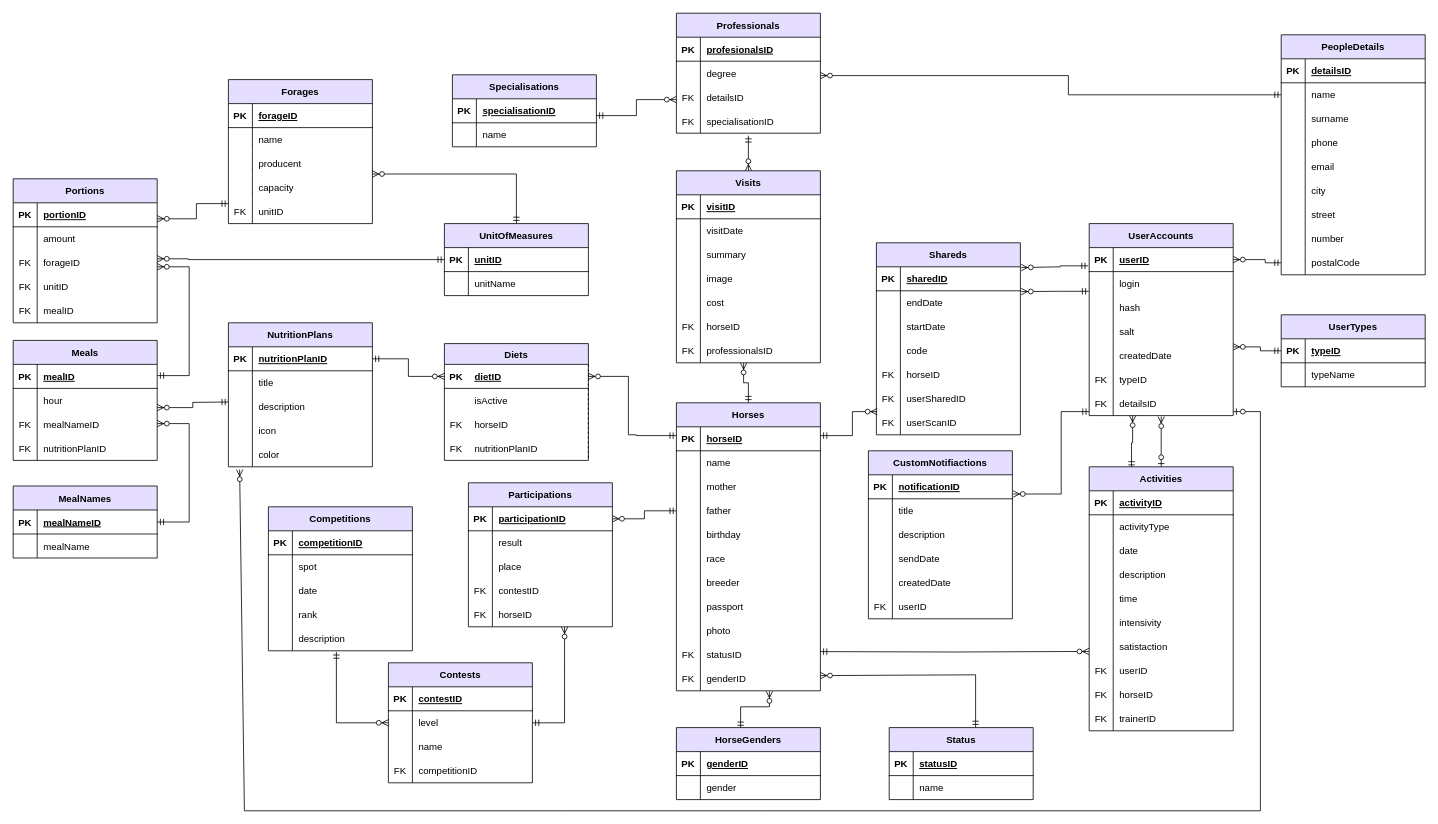
NSzymczak/HorseTracking keeps this draw.io diagram as Diagrams/Diagram logiczny.drawio. Above is the earlier version. Source tidied: cells renumbered, new cells numbered last; positions are measured from the earlier drawing's top-left corner, leaving out a move shared by most shapes. Both pictures are drawn from the tidied source at 80%, with x=0, y=0 at pixel (13, 13).
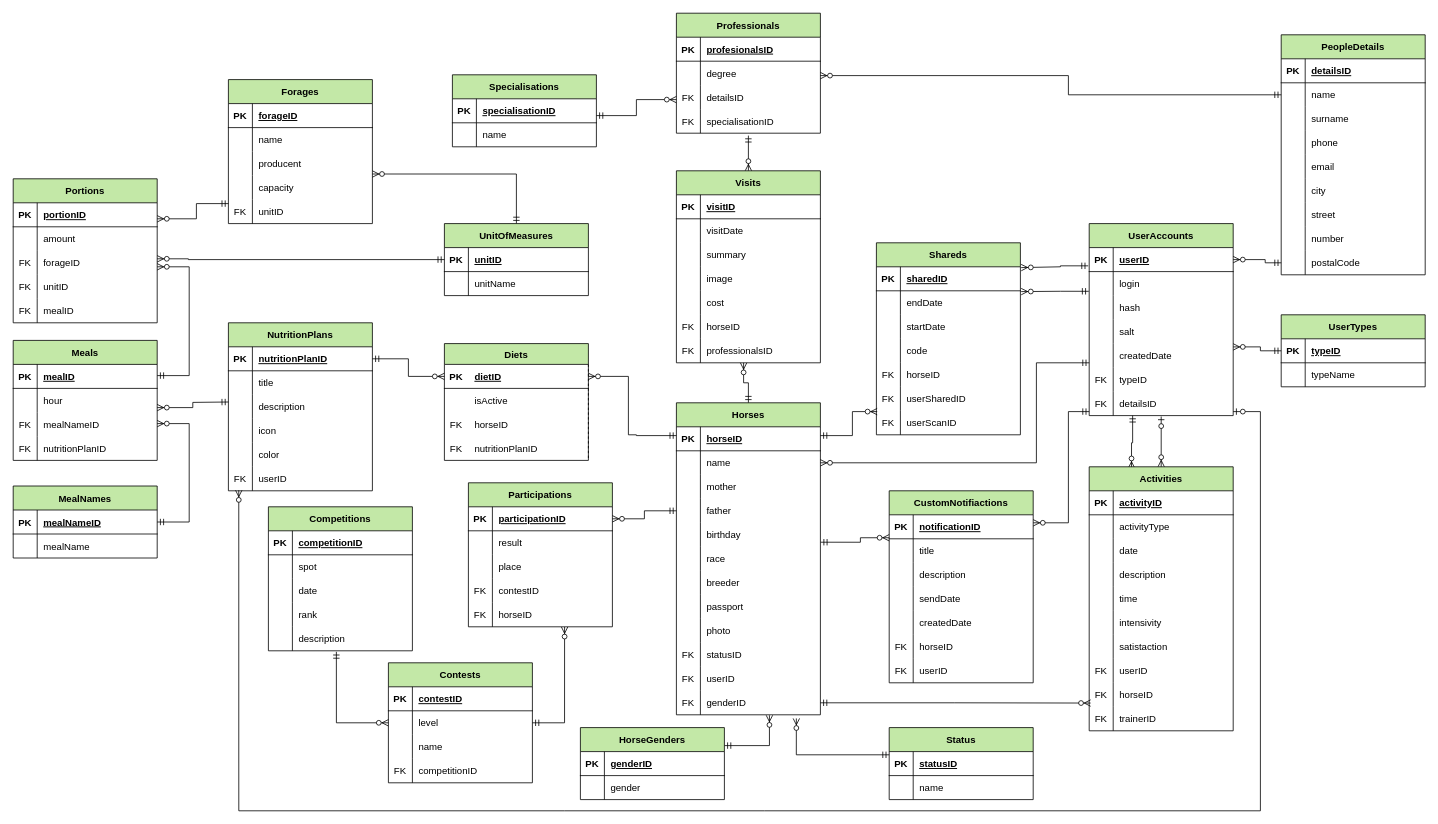
Above is the later version.

Unchanged cells that the change refers to:
```xml
<mxCell id="155" style="shape=tableRow;horizontal=0;startSize=0;swimlaneHead=0;swimlaneBody=0;fillColor=none;points=[[0,0.5],[1,0.5]];portConstraint=eastwest;top=0;left=0;right=0;bottom=0;" parent="136" vertex="1">
  <mxGeometry y="210" width="180" height="30" as="geometry" />
</mxCell>
<mxCell id="205" style="shape=tableRow;horizontal=0;startSize=0;swimlaneHead=0;swimlaneBody=0;fillColor=none;points=[[0,0.5],[1,0.5]];portConstraint=eastwest;top=0;left=0;right=0;bottom=0;" parent="180" vertex="1">
  <mxGeometry y="270" width="180" height="30" as="geometry" />
</mxCell>
<mxCell id="212" style="shape=tableRow;horizontal=0;startSize=0;swimlaneHead=0;swimlaneBody=0;fillColor=none;points=[[0,0.5],[1,0.5]];portConstraint=eastwest;top=0;left=0;right=0;bottom=1;" parent="211" vertex="1">
  <mxGeometry y="30" width="180" height="30" as="geometry" />
</mxCell>
<mxCell id="215" style="shape=tableRow;horizontal=0;startSize=0;swimlaneHead=0;swimlaneBody=0;fillColor=none;points=[[0,0.5],[1,0.5]];portConstraint=eastwest;top=0;left=0;right=0;bottom=0;" parent="211" vertex="1">
  <mxGeometry y="60" width="180" height="30" as="geometry" />
</mxCell>
<mxCell id="322" style="shape=tableRow;horizontal=0;startSize=0;swimlaneHead=0;swimlaneBody=0;fillColor=none;points=[[0,0.5],[1,0.5]];portConstraint=eastwest;top=0;left=0;right=0;bottom=0;" parent="309" vertex="1">
  <mxGeometry y="150" width="180" height="30" as="geometry" />
</mxCell>
<mxCell id="351" style="shape=tableRow;horizontal=0;startSize=0;swimlaneHead=0;swimlaneBody=0;fillColor=none;points=[[0,0.5],[1,0.5]];portConstraint=eastwest;top=0;left=0;right=0;bottom=0;" parent="347" vertex="1">
  <mxGeometry y="60" width="180" height="30" as="geometry" />
</mxCell>
<mxCell id="360" style="shape=tableRow;horizontal=0;startSize=0;swimlaneHead=0;swimlaneBody=0;fillColor=none;points=[[0,0.5],[1,0.5]];portConstraint=eastwest;top=0;left=0;right=0;bottom=0;" parent="347" vertex="1">
  <mxGeometry y="150" width="180" height="30" as="geometry" />
</mxCell>
```

What changed in the source:
```diff
@@
-    <mxCell id="2" value="Diets" style="swimlane;fontStyle=1;align=center;verticalAlign=top;horizontal=1;startSize=26;rounded=0;shadow=0;strokeWidth=1;separatorColor=#000000;separatorStrokeWidth=1;swimlaneFillColor=#FFFFFF;fillColor=#E6DEFF;" parent="1" vertex="1">
+    <mxCell id="2" value="Diets" style="swimlane;fontStyle=1;align=center;verticalAlign=top;horizontal=1;startSize=26;rounded=0;shadow=0;strokeWidth=1;separatorColor=#000000;separatorStrokeWidth=1;swimlaneFillColor=#FFFFFF;fillColor=#C3E8A7;" parent="1" vertex="1">
       <mxGeometry x="539" y="413" width="180" height="146" as="geometry" />
     </mxCell>
@@
-    <mxCell id="24" style="edgeStyle=orthogonalEdgeStyle;fontSize=12;html=1;endArrow=ERzeroToMany;startArrow=ERmandOne;rounded=0;entryX=0.646;entryY=1.021;entryDx=0;entryDy=0;exitX=0.446;exitY=0.012;exitDx=0;exitDy=0;entryPerimeter=0;exitPerimeter=0;" parent="1" edge="1" source="87" target="378">
+    <mxCell id="24" style="edgeStyle=orthogonalEdgeStyle;fontSize=12;html=1;endArrow=ERzeroToMany;startArrow=ERmandOne;rounded=0;entryX=0.646;entryY=1.021;entryDx=0;entryDy=0;exitX=1;exitY=0.25;exitDx=0;exitDy=0;entryPerimeter=0;" parent="1" edge="1" source="87" target="378">
       <mxGeometry relative="1" as="geometry">
         <Array as="points">
-          <mxPoint x="909" y="867" />
-          <mxPoint x="945" y="867" />
+          <mxPoint x="945" y="916" />
         </Array>
       </mxGeometry>
     </mxCell>
@@
-    <mxCell id="26" style="edgeStyle=orthogonalEdgeStyle;fontSize=12;html=1;endArrow=ERzeroToMany;startArrow=ERmandOne;rounded=0;entryX=1;entryY=0.5;entryDx=0;entryDy=0;" parent="1" edge="1" source="94">
+    <mxCell id="26" style="edgeStyle=orthogonalEdgeStyle;fontSize=12;html=1;endArrow=ERzeroToMany;startArrow=ERmandOne;rounded=0;entryX=0.833;entryY=1.151;entryDx=0;entryDy=0;entryPerimeter=0;" parent="1" edge="1" source="94" target="378">
       <mxGeometry relative="1" as="geometry">
-        <mxPoint x="1009" y="828" as="targetPoint" />
         <Array as="points">
-          <mxPoint x="1203" y="827" />
-          <mxPoint x="1009" y="827" />
+          <mxPoint x="979" y="927" />
         </Array>
       </mxGeometry>
     </mxCell>
-    <mxCell id="27" style="edgeStyle=orthogonalEdgeStyle;fontSize=12;html=1;endArrow=ERzeroToMany;startArrow=ERmandOne;rounded=0;exitX=1;exitY=0.5;exitDx=0;exitDy=0;entryX=-0.001;entryY=0.827;entryDx=0;entryDy=0;entryPerimeter=0;" parent="1" edge="1">
-      <mxGeometry relative="1" as="geometry">
-        <mxPoint x="1009" y="798" as="sourcePoint" />
-        <mxPoint x="1344.8" y="797.8" as="targetPoint" />
-      </mxGeometry>
+    <mxCell id="27" style="edgeStyle=orthogonalEdgeStyle;fontSize=12;html=1;endArrow=ERzeroToMany;startArrow=ERmandOne;rounded=0;exitX=1;exitY=0.5;exitDx=0;exitDy=0;entryX=0.01;entryY=0.844;entryDx=0;entryDy=0;entryPerimeter=0;" parent="1" edge="1" source="378" target="205">
+      <mxGeometry relative="1" as="geometry" />
     </mxCell>
@@
-    <mxCell id="29" style="edgeStyle=orthogonalEdgeStyle;fontSize=12;html=1;endArrow=ERzeroToMany;startArrow=ERmandOne;rounded=0;entryX=1;entryY=0.5;entryDx=0;entryDy=0;exitX=0;exitY=0.5;exitDx=0;exitDy=0;" parent="1" edge="1">
+    <mxCell id="29" style="edgeStyle=orthogonalEdgeStyle;fontSize=12;html=1;endArrow=ERzeroToMany;startArrow=ERmandOne;rounded=0;exitX=0;exitY=0.5;exitDx=0;exitDy=0;" parent="1" edge="1" target="212">
       <mxGeometry relative="1" as="geometry">
         <mxPoint x="1345" y="498" as="sourcePoint" />
-        <mxPoint x="1250" y="601" as="targetPoint" />
         <Array as="points">
-          <mxPoint x="1310" y="498" />
-          <mxPoint x="1310" y="601" />
+          <mxPoint x="1319" y="498" />
+          <mxPoint x="1319" y="637" />
         </Array>
       </mxGeometry>
     </mxCell>
     <mxCell id="30" style="edgeStyle=orthogonalEdgeStyle;fontSize=12;html=1;endArrow=ERzeroToMany;startArrow=ERmandOne;rounded=0;entryX=0.185;entryY=0.986;entryDx=0;entryDy=0;entryPerimeter=0;exitX=0.294;exitY=0.005;exitDx=0;exitDy=0;exitPerimeter=0;" parent="1" edge="1">
       <mxGeometry relative="1" as="geometry">
-        <mxPoint x="1397.9" y="568.6" as="sourcePoint" />
-        <mxPoint x="1399.3" y="503" as="targetPoint" />
+        <mxPoint x="1399.3" y="503" as="sourcePoint" />
+        <mxPoint x="1397.9" y="568.6" as="targetPoint" />
         <Array as="points">
+          <mxPoint x="1399" y="537" />
           <mxPoint x="1398" y="537" />
-          <mxPoint x="1399" y="537" />
         </Array>
       </mxGeometry>
     </mxCell>
@@
-    <mxCell id="40" style="fontSize=12;html=1;endArrow=ERzeroToMany;startArrow=ERzeroToOne;rounded=0;exitX=0.5;exitY=0;exitDx=0;exitDy=0;entryX=0.5;entryY=1.037;entryDx=0;entryDy=0;entryPerimeter=0;" parent="1" edge="1" target="155">
-      <mxGeometry relative="1" as="geometry">
-        <mxPoint x="1435" y="567" as="sourcePoint" />
-      </mxGeometry>
-    </mxCell>
-    <mxCell id="41" style="fontSize=12;html=1;endArrow=ERzeroToMany;startArrow=ERzeroToOne;rounded=0;exitX=1;exitY=0.5;exitDx=0;exitDy=0;entryX=0.078;entryY=1.115;entryDx=0;entryDy=0;entryPerimeter=0;" parent="1" edge="1" target="322">
+    <mxCell id="41" style="fontSize=12;html=1;endArrow=ERzeroToMany;startArrow=ERzeroToOne;rounded=0;exitX=1;exitY=0.5;exitDx=0;exitDy=0;entryX=0.072;entryY=0.979;entryDx=0;entryDy=0;entryPerimeter=0;" parent="1" edge="1" target="385">
       <mxGeometry relative="1" as="geometry">
         <mxPoint x="1525" y="498" as="sourcePoint" />
         <Array as="points">
           <mxPoint x="1559" y="498" />
           <mxPoint x="1559" y="997" />
           <mxPoint x="939" y="997" />
           <mxPoint x="689" y="997" />
-          <mxPoint x="289" y="997" />
+          <mxPoint x="282" y="997" />
         </Array>
       </mxGeometry>
     </mxCell>
-    <mxCell id="42" value="Contests" style="shape=table;startSize=30;childLayout=tableLayout;rowLines=0;fontStyle=1;align=center;fillColor=#e6deff;" parent="1" vertex="1">
+    <mxCell id="42" value="Contests" style="shape=table;startSize=30;childLayout=tableLayout;rowLines=0;fontStyle=1;align=center;fillColor=#C3E8A7;" parent="1" vertex="1">
       <mxGeometry x="469" y="812" width="180" height="150" as="geometry" />
     </mxCell>
@@
-    <mxCell id="55" value="Competitions" style="shape=table;startSize=30;childLayout=tableLayout;rowLines=0;fontStyle=1;align=center;fillColor=#e6deff;" parent="1" vertex="1">
+    <mxCell id="55" value="Competitions" style="shape=table;startSize=30;childLayout=tableLayout;rowLines=0;fontStyle=1;align=center;fillColor=#C3E8A7;" parent="1" vertex="1">
       <mxGeometry x="319" y="617" width="180" height="180" as="geometry" />
     </mxCell>
@@
-    <mxCell id="71" value="Participations" style="shape=table;startSize=30;childLayout=tableLayout;rowLines=0;fontStyle=1;align=center;fillColor=#e6deff;" parent="1" vertex="1">
+    <mxCell id="71" value="Participations" style="shape=table;startSize=30;childLayout=tableLayout;rowLines=0;fontStyle=1;align=center;fillColor=#C3E8A7;" parent="1" vertex="1">
       <mxGeometry x="569" y="587" width="180" height="180" as="geometry" />
     </mxCell>
@@
-    <mxCell id="87" value="HorseGenders" style="shape=table;startSize=30;childLayout=tableLayout;rowLines=0;fontStyle=1;align=center;fillColor=#e6deff;" parent="1" vertex="1">
-      <mxGeometry x="829" y="893" width="180" height="90" as="geometry" />
+    <mxCell id="87" value="HorseGenders" style="shape=table;startSize=30;childLayout=tableLayout;rowLines=0;fontStyle=1;align=center;fillColor=#C3E8A7;" parent="1" vertex="1">
+      <mxGeometry x="709" y="893" width="180" height="90" as="geometry" />
     </mxCell>
@@
-    <mxCell id="94" value="Status" style="shape=table;startSize=30;childLayout=tableLayout;rowLines=0;fontStyle=1;align=center;fillColor=#e6deff;" parent="1" vertex="1">
+    <mxCell id="94" value="Status" style="shape=table;startSize=30;childLayout=tableLayout;rowLines=0;fontStyle=1;align=center;fillColor=#C3E8A7;" parent="1" vertex="1">
       <mxGeometry x="1095" y="893" width="180" height="90" as="geometry" />
     </mxCell>
@@
-    <mxCell id="101" value="PeopleDetails" style="shape=table;startSize=30;childLayout=tableLayout;rowLines=0;fontStyle=1;align=center;fillColor=#e6deff;" parent="1" vertex="1">
+    <mxCell id="101" value="PeopleDetails" style="shape=table;startSize=30;childLayout=tableLayout;rowLines=0;fontStyle=1;align=center;fillColor=#C3E8A7;" parent="1" vertex="1">
       <mxGeometry x="1585" y="27" width="180" height="300" as="geometry" />
     </mxCell>
@@
-    <mxCell id="129" value="UserTypes" style="shape=table;startSize=30;childLayout=tableLayout;rowLines=0;fontStyle=1;align=center;fillColor=#e6deff;" parent="1" vertex="1">
+    <mxCell id="129" value="UserTypes" style="shape=table;startSize=30;childLayout=tableLayout;rowLines=0;fontStyle=1;align=center;fillColor=#C3E8A7;" parent="1" vertex="1">
       <mxGeometry x="1585" y="377" width="180" height="90" as="geometry" />
     </mxCell>
@@
-    <mxCell id="136" value="UserAccounts" style="shape=table;startSize=30;childLayout=tableLayout;rowLines=0;fontStyle=1;align=center;fillColor=#e6deff;" parent="1" vertex="1">
+    <mxCell id="136" value="UserAccounts" style="shape=table;startSize=30;childLayout=tableLayout;rowLines=0;fontStyle=1;align=center;fillColor=#C3E8A7;" parent="1" vertex="1">
       <mxGeometry x="1345" y="263" width="180" height="240" as="geometry" />
     </mxCell>
@@
+    <mxCell id="40" style="fontSize=12;html=1;endArrow=ERzeroToMany;startArrow=ERzeroToOne;rounded=0;exitX=0.5;exitY=1.037;exitDx=0;exitDy=0;entryX=0.5;entryY=1.037;entryDx=0;entryDy=0;entryPerimeter=0;exitPerimeter=0;" parent="136" edge="1" source="155">
+      <mxGeometry relative="1" as="geometry">
+        <mxPoint x="90" y="304" as="targetPoint" />
+      </mxGeometry>
+    </mxCell>
-    <mxCell id="158" value="Shareds" style="shape=table;startSize=30;childLayout=tableLayout;rowLines=0;fontStyle=1;align=center;fillColor=#e6deff;" parent="1" vertex="1">
+    <mxCell id="158" value="Shareds" style="shape=table;startSize=30;childLayout=tableLayout;rowLines=0;fontStyle=1;align=center;fillColor=#C3E8A7;" parent="1" vertex="1">
       <mxGeometry x="1079" y="287" width="180" height="240" as="geometry" />
     </mxCell>
@@
-    <mxCell id="180" value="Activities" style="shape=table;startSize=30;childLayout=tableLayout;rowLines=0;fontStyle=1;align=center;fillColor=#e6deff;" parent="1" vertex="1">
+    <mxCell id="180" value="Activities" style="shape=table;startSize=30;childLayout=tableLayout;rowLines=0;fontStyle=1;align=center;fillColor=#C3E8A7;" parent="1" vertex="1">
       <mxGeometry x="1345" y="567" width="180" height="330" as="geometry" />
     </mxCell>
@@
-    <mxCell id="211" value="CustomNotifiactions" style="shape=table;startSize=30;childLayout=tableLayout;rowLines=0;fontStyle=1;align=center;fillColor=#e6deff;" parent="1" vertex="1">
-      <mxGeometry x="1069" y="547" width="180" height="210" as="geometry" />
+    <mxCell id="211" value="CustomNotifiactions" style="shape=table;startSize=30;childLayout=tableLayout;rowLines=0;fontStyle=1;align=center;fillColor=#C3E8A7;" parent="1" vertex="1">
+      <mxGeometry x="1095" y="597" width="180" height="240" as="geometry" />
     </mxCell>
@@
+    <mxCell id="382" style="shape=tableRow;horizontal=0;startSize=0;swimlaneHead=0;swimlaneBody=0;fillColor=none;top=0;left=0;right=0;bottom=0;" parent="211" vertex="1">
+      <mxGeometry y="180" width="180" height="30" as="geometry" />
+    </mxCell>
+    <mxCell id="383" value="FK" style="shape=partialRectangle;fillColor=none;top=0;left=0;bottom=0;right=0;fontStyle=0;overflow=hidden;" parent="382" vertex="1">
+      <mxGeometry width="30" height="30" as="geometry" />
+    </mxCell>
+    <mxCell id="384" value="horseID" style="shape=partialRectangle;fillColor=none;top=0;left=0;bottom=0;right=0;align=left;spacingLeft=6;fontStyle=0;overflow=hidden;" parent="382" vertex="1">
+      <mxGeometry x="30" width="150" height="30" as="geometry" />
+    </mxCell>
     <mxCell id="227" style="shape=tableRow;horizontal=0;startSize=0;swimlaneHead=0;swimlaneBody=0;fillColor=none;top=0;left=0;right=0;bottom=0;" parent="211" vertex="1">
-      <mxGeometry y="180" width="180" height="30" as="geometry" />
+      <mxGeometry y="210" width="180" height="30" as="geometry" />
     </mxCell>
@@
-    <mxCell id="230" value="Professionals" style="shape=table;startSize=30;childLayout=tableLayout;rowLines=0;fontStyle=1;align=center;fillColor=#e6deff;" parent="1" vertex="1">
+    <mxCell id="230" value="Professionals" style="shape=table;startSize=30;childLayout=tableLayout;rowLines=0;fontStyle=1;align=center;fillColor=#C3E8A7;" parent="1" vertex="1">
       <mxGeometry x="829" width="180" height="150" as="geometry" />
     </mxCell>
@@
-    <mxCell id="243" value="Specialisations" style="shape=table;startSize=30;childLayout=tableLayout;rowLines=0;fontStyle=1;align=center;fillColor=#e6deff;" parent="1" vertex="1">
+    <mxCell id="243" value="Specialisations" style="shape=table;startSize=30;childLayout=tableLayout;rowLines=0;fontStyle=1;align=center;fillColor=#C3E8A7;" parent="1" vertex="1">
       <mxGeometry x="549" y="77" width="180" height="90" as="geometry" />
     </mxCell>
@@
-    <mxCell id="250" value="UnitOfMeasures" style="shape=table;startSize=30;childLayout=tableLayout;rowLines=0;fontStyle=1;align=center;fillColor=#e6deff;" parent="1" vertex="1">
+    <mxCell id="250" value="UnitOfMeasures" style="shape=table;startSize=30;childLayout=tableLayout;rowLines=0;fontStyle=1;align=center;fillColor=#C3E8A7;" parent="1" vertex="1">
       <mxGeometry x="539" y="263" width="180" height="90" as="geometry" />
     </mxCell>
@@
-    <mxCell id="257" value="Forages" style="shape=table;startSize=30;childLayout=tableLayout;rowLines=0;fontStyle=1;align=center;fillColor=#e6deff;" parent="1" vertex="1">
+    <mxCell id="257" value="Forages" style="shape=table;startSize=30;childLayout=tableLayout;rowLines=0;fontStyle=1;align=center;fillColor=#C3E8A7;" parent="1" vertex="1">
       <mxGeometry x="269" y="83" width="180" height="180" as="geometry" />
     </mxCell>
@@
-    <mxCell id="273" value="Portions" style="shape=table;startSize=30;childLayout=tableLayout;rowLines=0;fontStyle=1;align=center;fillColor=#e6deff;" parent="1" vertex="1">
+    <mxCell id="273" value="Portions" style="shape=table;startSize=30;childLayout=tableLayout;rowLines=0;fontStyle=1;align=center;fillColor=#C3E8A7;" parent="1" vertex="1">
       <mxGeometry y="207" width="180" height="180" as="geometry" />
     </mxCell>
@@
-    <mxCell id="289" value="Meals" style="shape=table;startSize=30;childLayout=tableLayout;rowLines=0;fontStyle=1;align=center;fillColor=#e6deff;" parent="1" vertex="1">
+    <mxCell id="289" value="Meals" style="shape=table;startSize=30;childLayout=tableLayout;rowLines=0;fontStyle=1;align=center;fillColor=#C3E8A7;" parent="1" vertex="1">
       <mxGeometry y="409" width="180" height="150" as="geometry" />
     </mxCell>
@@
-    <mxCell id="302" value="MealNames" style="shape=table;startSize=30;childLayout=tableLayout;rowLines=0;fontStyle=1;align=center;fillColor=#e6deff;" parent="1" vertex="1">
+    <mxCell id="302" value="MealNames" style="shape=table;startSize=30;childLayout=tableLayout;rowLines=0;fontStyle=1;align=center;fillColor=#C3E8A7;" parent="1" vertex="1">
       <mxGeometry y="591" width="180" height="90" as="geometry" />
     </mxCell>
@@
-    <mxCell id="309" value="NutritionPlans" style="shape=table;startSize=30;childLayout=tableLayout;rowLines=0;fontStyle=1;align=center;fillColor=#e6deff;" parent="1" vertex="1">
-      <mxGeometry x="269" y="387" width="180" height="180" as="geometry" />
+    <mxCell id="309" value="NutritionPlans" style="shape=table;startSize=30;childLayout=tableLayout;rowLines=0;fontStyle=1;align=center;fillColor=#C3E8A7;" parent="1" vertex="1">
+      <mxGeometry x="269" y="387" width="180" height="210" as="geometry" />
     </mxCell>
@@
+    <mxCell id="385" style="shape=tableRow;horizontal=0;startSize=0;swimlaneHead=0;swimlaneBody=0;fillColor=none;points=[[0,0.5],[1,0.5]];portConstraint=eastwest;top=0;left=0;right=0;bottom=0;" parent="309" vertex="1">
+      <mxGeometry y="180" width="180" height="30" as="geometry" />
+    </mxCell>
+    <mxCell id="386" value="FK" style="shape=partialRectangle;fillColor=none;top=0;left=0;bottom=0;right=0;fontStyle=0;overflow=hidden;" parent="385" vertex="1">
+      <mxGeometry width="30" height="30" as="geometry" />
+    </mxCell>
+    <mxCell id="387" value="userID" style="shape=partialRectangle;fillColor=none;top=0;left=0;bottom=0;right=0;align=left;spacingLeft=6;fontStyle=0;overflow=hidden;" parent="385" vertex="1">
+      <mxGeometry x="30" width="150" height="30" as="geometry" />
+    </mxCell>
-    <mxCell id="325" value="Visits" style="shape=table;startSize=30;childLayout=tableLayout;rowLines=0;fontStyle=1;align=center;fillColor=#e6deff;" parent="1" vertex="1">
+    <mxCell id="325" value="Visits" style="shape=table;startSize=30;childLayout=tableLayout;rowLines=0;fontStyle=1;align=center;fillColor=#C3E8A7;" parent="1" vertex="1">
       <mxGeometry x="829" y="197" width="180" height="240" as="geometry" />
     </mxCell>
@@
-    <mxCell id="347" value="Horses" style="shape=table;startSize=30;childLayout=tableLayout;rowLines=0;fontStyle=1;align=center;fillColor=#e6deff;" parent="1" vertex="1">
-      <mxGeometry x="829" y="487" width="180" height="360" as="geometry" />
+    <mxCell id="347" value="Horses" style="shape=table;startSize=30;childLayout=tableLayout;rowLines=0;fontStyle=1;align=center;fillColor=#C3E8A7;" parent="1" vertex="1">
+      <mxGeometry x="829" y="487" width="180" height="390" as="geometry" />
     </mxCell>
@@
+    <mxCell id="388" style="shape=tableRow;horizontal=0;startSize=0;swimlaneHead=0;swimlaneBody=0;fillColor=none;top=0;left=0;right=0;bottom=0;" parent="347" vertex="1">
+      <mxGeometry y="330" width="180" height="30" as="geometry" />
+    </mxCell>
+    <mxCell id="389" value="FK" style="shape=partialRectangle;fillColor=none;top=0;left=0;bottom=0;right=0;fontStyle=0;overflow=hidden;" parent="388" vertex="1">
+      <mxGeometry width="30" height="30" as="geometry" />
+    </mxCell>
+    <mxCell id="390" value="userID" style="shape=partialRectangle;fillColor=none;top=0;left=0;bottom=0;right=0;align=left;spacingLeft=6;fontStyle=0;overflow=hidden;" parent="388" vertex="1">
+      <mxGeometry x="30" width="150" height="30" as="geometry" />
+    </mxCell>
     <mxCell id="378" style="shape=tableRow;horizontal=0;startSize=0;swimlaneHead=0;swimlaneBody=0;fillColor=none;points=[[0,0.5],[1,0.5]];portConstraint=eastwest;top=0;left=0;right=0;bottom=0;" parent="347" vertex="1">
-      <mxGeometry y="330" width="180" height="30" as="geometry" />
+      <mxGeometry y="360" width="180" height="30" as="geometry" />
     </mxCell>
@@
+    <mxCell id="391" style="edgeStyle=orthogonalEdgeStyle;fontSize=12;html=1;endArrow=ERzeroToMany;startArrow=ERmandOne;rounded=0;exitX=0;exitY=0.5;exitDx=0;exitDy=0;entryX=1;entryY=0.5;entryDx=0;entryDy=0;" parent="1" edge="1" target="351">
+      <mxGeometry relative="1" as="geometry">
+        <mxPoint x="1345" y="437" as="sourcePoint" />
+        <Array as="points">
+          <mxPoint x="1279" y="437" />
+          <mxPoint x="1279" y="562" />
+        </Array>
+      </mxGeometry>
+    </mxCell>
+    <mxCell id="392" style="edgeStyle=orthogonalEdgeStyle;fontSize=12;html=1;endArrow=ERzeroToMany;startArrow=ERmandOne;rounded=0;exitX=1.002;exitY=0.809;exitDx=0;exitDy=0;entryX=0;entryY=-0.044;entryDx=0;entryDy=0;entryPerimeter=0;exitPerimeter=0;" parent="1" edge="1" source="360" target="215">
+      <mxGeometry relative="1" as="geometry">
+        <Array as="points">
+          <mxPoint x="1059" y="661" />
+          <mxPoint x="1059" y="656" />
+        </Array>
+      </mxGeometry>
+    </mxCell>
```
